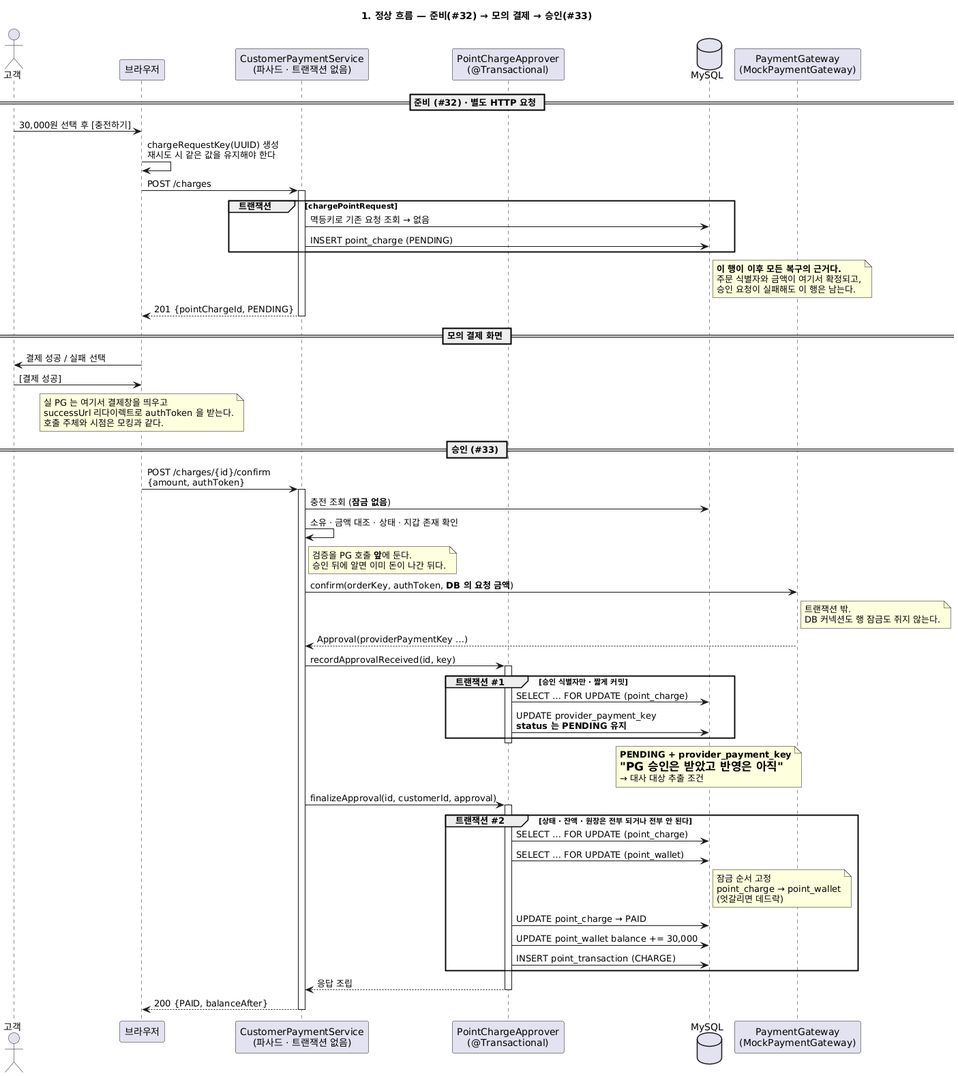
This is docs/결제승인_관련_다이어그램/01-정상-흐름.png from softeerbootcamp-8th/WEB-Team7-Turkey, a PlantUML export, as it was before one commit. Its diagram source:
```plantuml
@startuml 01-정상-흐름
title 1. 정상 흐름 — 준비(#32) → 모의 결제 → 승인(#33)

actor 고객 as C
participant "브라우저" as B
participant "CustomerPaymentService\n(파사드 · 트랜잭션 없음)" as S
participant "PointChargeApprover\n(@Transactional)" as A
database "MySQL" as DB
participant "PaymentGateway\n(MockPaymentGateway)" as PG

== 준비 (#32) · 별도 HTTP 요청 ==
C -> B: 30,000원 선택 후 [충전하기]
B -> B: chargeRequestKey(UUID) 생성\n재시도 시 같은 값을 유지해야 한다
B -> S: POST /charges
activate S
group 트랜잭션 [chargePointRequest]
  S -> DB: 멱등키로 기존 요청 조회 → 없음
  S -> DB: INSERT point_charge (PENDING)
end
note right of DB
  <b>이 행이 이후 모든 복구의 근거다.</b>
  주문 식별자와 금액이 여기서 확정되고,
  승인 요청이 실패해도 이 행은 남는다.
end note
S --> B: 201 {pointChargeId, PENDING}
deactivate S

== 모의 결제 화면 ==
B -> C: 결제 성공 / 실패 선택
C -> B: [결제 성공]
note over B
  실 PG 는 여기서 결제창을 띄우고
  successUrl 리다이렉트로 authToken 을 받는다.
  호출 주체와 시점은 모킹과 같다.
end note

== 승인 (#33) ==
B -> S: POST /charges/{id}/confirm\n{amount, authToken}
activate S
S -> DB: 충전 조회 (<b>잠금 없음</b>)
S -> S: 소유 · 금액 대조 · 상태 · 지갑 존재 확인
note right of S
  검증을 PG 호출 <b>앞</b>에 둔다.
  승인 뒤에 알면 이미 돈이 나간 뒤다.
end note

S -> PG: confirm(orderKey, authToken, <b>DB 의 요청 금액</b>)
note right of PG
  트랜잭션 밖.
  DB 커넥션도 행 잠금도 쥐지 않는다.
end note
PG --> S: Approval(providerPaymentKey …)

S -> A: recordApprovalReceived(id, key)
activate A
group 트랜잭션 #1 [승인 식별자만 · 짧게 커밋]
  A -> DB: SELECT … FOR UPDATE (point_charge)
  A -> DB: UPDATE provider_payment_key\n<b>status 는 PENDING 유지</b>
end
deactivate A
note over DB
  <b>PENDING + provider_payment_key</b>
  = "PG 승인은 받았고 반영은 아직"
  → 대사 대상 추출 조건
end note

S -> A: finalizeApproval(id, customerId, approval)
activate A
group 트랜잭션 #2 [상태 · 잔액 · 원장은 전부 되거나 전부 안 된다]
  A -> DB: SELECT … FOR UPDATE (point_charge)
  A -> DB: SELECT … FOR UPDATE (point_wallet)
  note right of DB
    잠금 순서 고정
    point_charge → point_wallet
    (엇갈리면 데드락)
  end note
  A -> DB: UPDATE point_charge → PAID
  A -> DB: UPDATE point_wallet balance += 30,000
  A -> DB: INSERT point_transaction (CHARGE)
end
A --> S: 응답 조립
deactivate A
S --> B: 200 {PAID, balanceAfter}
deactivate S
@enduml
```
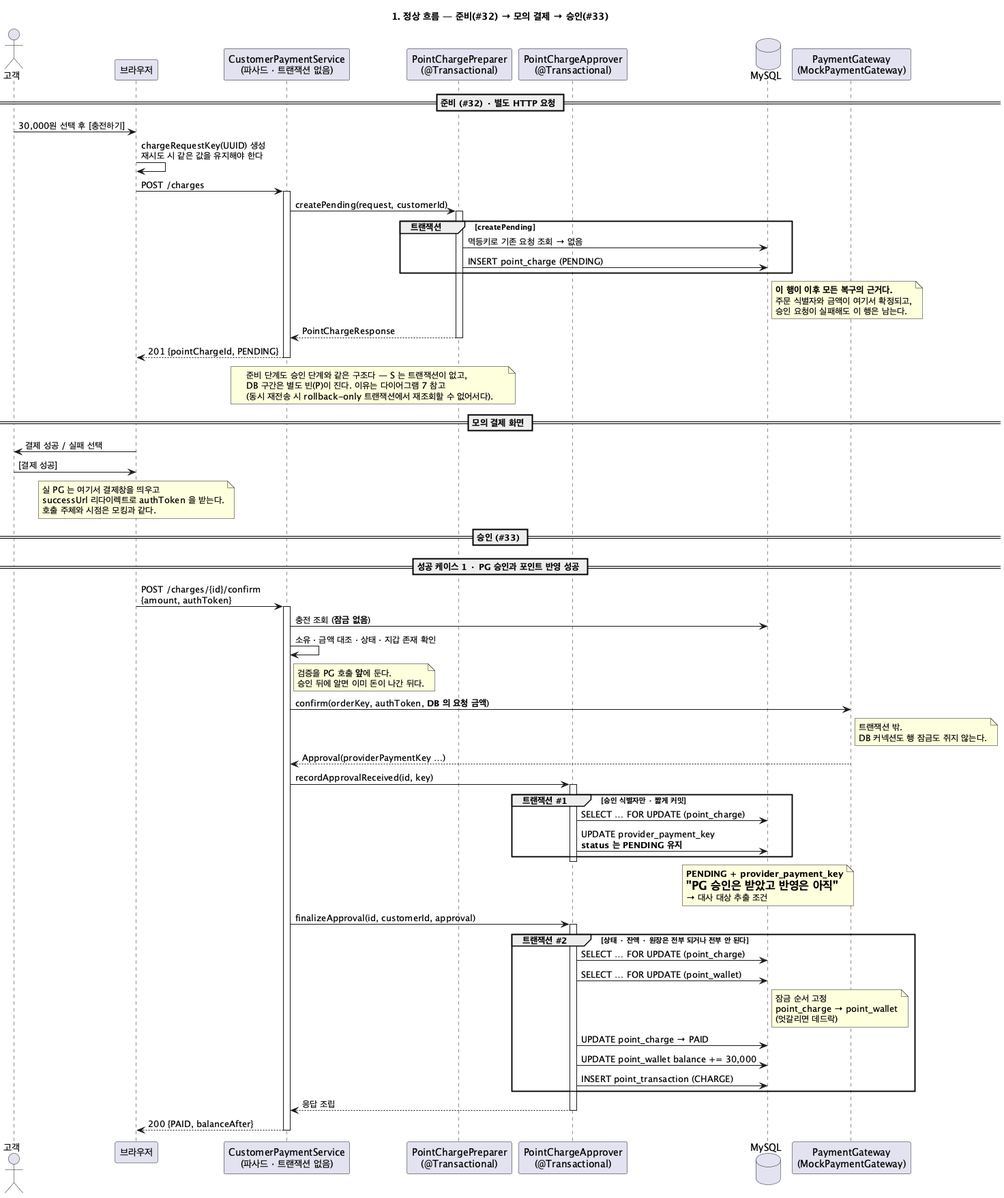
The same diagram one commit later.

Commit message:
docs: 결제 승인 시퀀스 다이어그램 갱신

The edit, as a diff of the source:
```diff
@@ -4,6 +4,7 @@
 actor 고객 as C
 participant "브라우저" as B
 participant "CustomerPaymentService\n(파사드 · 트랜잭션 없음)" as S
+participant "PointChargePreparer\n(@Transactional)" as P
 participant "PointChargeApprover\n(@Transactional)" as A
 database "MySQL" as DB
 participant "PaymentGateway\n(MockPaymentGateway)" as PG
@@ -13,17 +14,26 @@
 B -> B: chargeRequestKey(UUID) 생성\n재시도 시 같은 값을 유지해야 한다
 B -> S: POST /charges
 activate S
-group 트랜잭션 [chargePointRequest]
-  S -> DB: 멱등키로 기존 요청 조회 → 없음
-  S -> DB: INSERT point_charge (PENDING)
+S -> P: createPending(request, customerId)
+activate P
+group 트랜잭션 [createPending]
+  P -> DB: 멱등키로 기존 요청 조회 → 없음
+  P -> DB: INSERT point_charge (PENDING)
 end
 note right of DB
   <b>이 행이 이후 모든 복구의 근거다.</b>
   주문 식별자와 금액이 여기서 확정되고,
   승인 요청이 실패해도 이 행은 남는다.
 end note
+P --> S: PointChargeResponse
+deactivate P
 S --> B: 201 {pointChargeId, PENDING}
 deactivate S
+note over S, P
+  준비 단계도 승인 단계와 같은 구조다 — S 는 트랜잭션이 없고,
+  DB 구간은 별도 빈(P)이 진다. 이유는 다이어그램 7 참고
+  (동시 재전송 시 rollback-only 트랜잭션에서 재조회할 수 없어서다).
+end note
 
 == 모의 결제 화면 ==
 B -> C: 결제 성공 / 실패 선택
@@ -35,6 +45,7 @@
 end note
 
 == 승인 (#33) ==
+== 성공 케이스 1 · PG 승인과 포인트 반영 성공 ==
 B -> S: POST /charges/{id}/confirm\n{amount, authToken}
 activate S
 S -> DB: 충전 조회 (<b>잠금 없음</b>)
```
